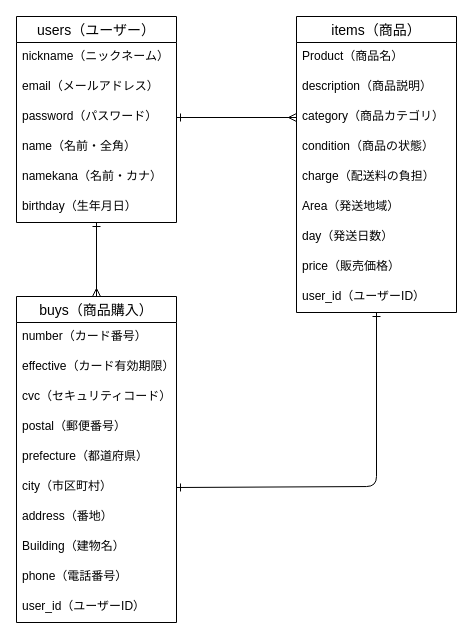
tomoyaohashi/furima-39361 keeps this draw.io diagram as furima.dio. Above is the earlier version. Source tidied: cells renumbered, new cells numbered last; positions are measured from the earlier drawing's top-left corner, leaving out a move shared by most shapes. Both pictures are drawn from the tidied source at 100%, with x=0, y=0 at pixel (16, 16).
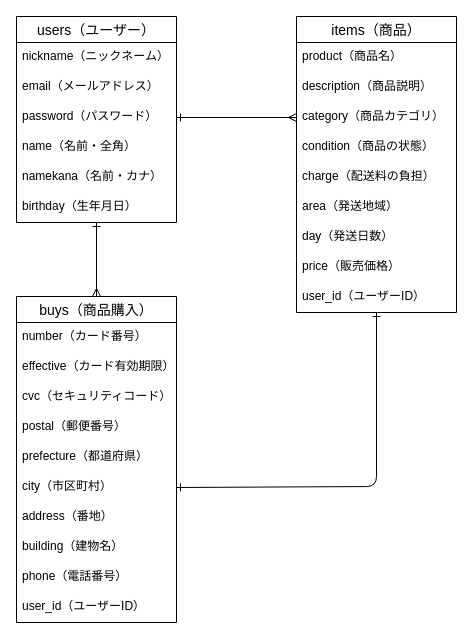
The same diagram, later.

Unchanged cells that the change refers to:
```xml
<mxCell id="12" value="items（商品）" style="swimlane;fontStyle=0;horizontal=1;startSize=26;align=center;fontSize=14;" parent="1" vertex="1">
  <mxGeometry x="280" width="160" height="296" as="geometry" />
</mxCell>
<mxCell id="22" value="buys（商品購入）" style="swimlane;fontStyle=0;horizontal=1;startSize=26;align=center;fontSize=14;" parent="1" vertex="1">
  <mxGeometry y="280" width="160" height="326" as="geometry" />
</mxCell>
```

What changed in the source:
```diff
@@
-    <mxCell id="13" value="Product（商品名）" style="text;strokeColor=none;fillColor=none;spacingLeft=4;spacingRight=4;overflow=hidden;fontSize=12;" parent="12" vertex="1">
+    <mxCell id="13" value="product（商品名）" style="text;strokeColor=none;fillColor=none;spacingLeft=4;spacingRight=4;overflow=hidden;fontSize=12;" parent="12" vertex="1">
       <mxGeometry y="26" width="160" height="30" as="geometry" />
     </mxCell>
@@
-    <mxCell id="18" value="Area（発送地域）" style="text;strokeColor=none;fillColor=none;spacingLeft=4;spacingRight=4;overflow=hidden;fontSize=12;" parent="12" vertex="1">
+    <mxCell id="18" value="area（発送地域）" style="text;strokeColor=none;fillColor=none;spacingLeft=4;spacingRight=4;overflow=hidden;fontSize=12;" parent="12" vertex="1">
       <mxGeometry y="176" width="160" height="30" as="geometry" />
     </mxCell>
@@
-    <mxCell id="30" value="Building（建物名）" style="text;strokeColor=none;fillColor=none;spacingLeft=4;spacingRight=4;overflow=hidden;fontSize=12;" parent="22" vertex="1">
+    <mxCell id="30" value="building（建物名）" style="text;strokeColor=none;fillColor=none;spacingLeft=4;spacingRight=4;overflow=hidden;fontSize=12;" parent="22" vertex="1">
       <mxGeometry y="236" width="160" height="30" as="geometry" />
     </mxCell>
```
